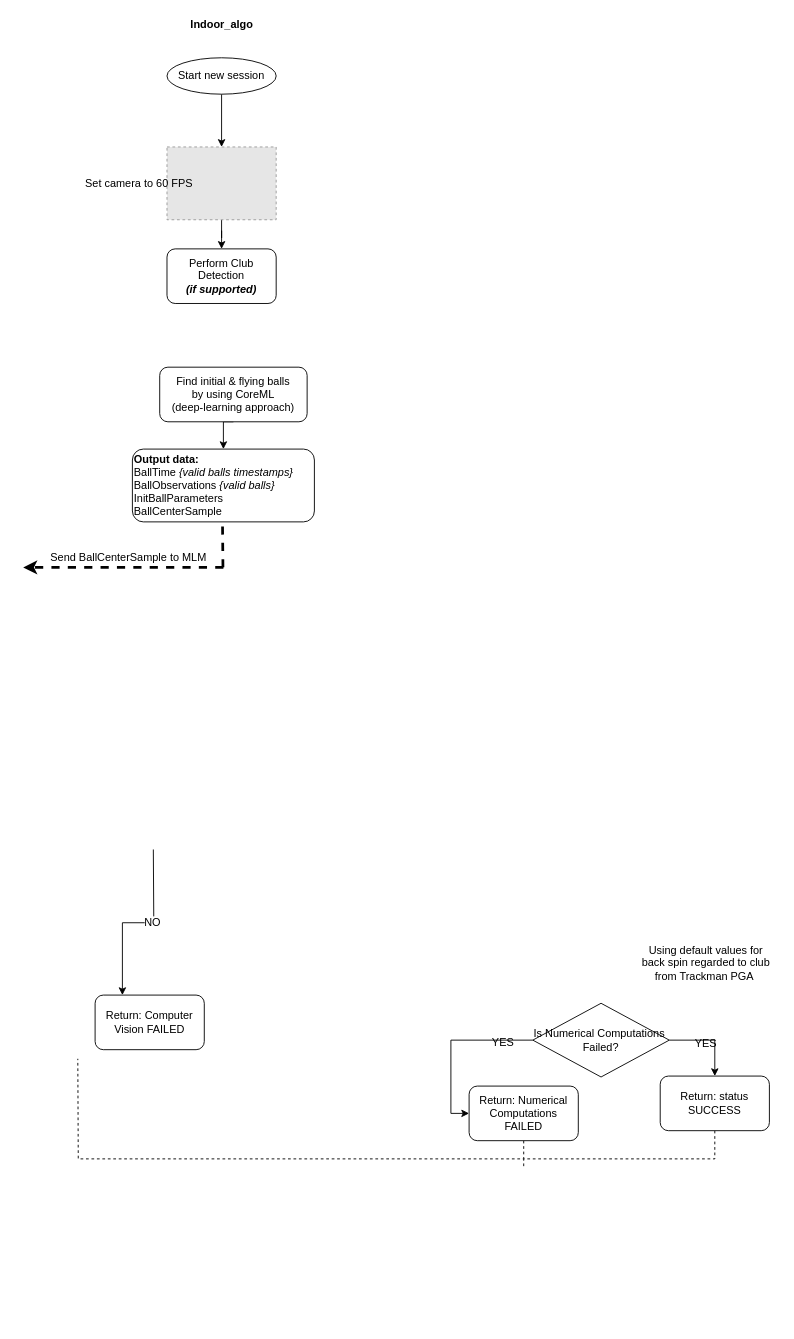
This is mlm_INDOOR.drawio from Mike335207/work, a draw.io file, before an edit. Source tidied: cells renumbered, new cells numbered last; positions are measured from the earlier drawing's top-left corner, leaving out a move shared by most shapes. Both pictures are drawn from the tidied source at 91%, with x=0, y=0 at pixel (23, 15). Pictures stored in the file or linked from it are replaced by grey dashed boxes.
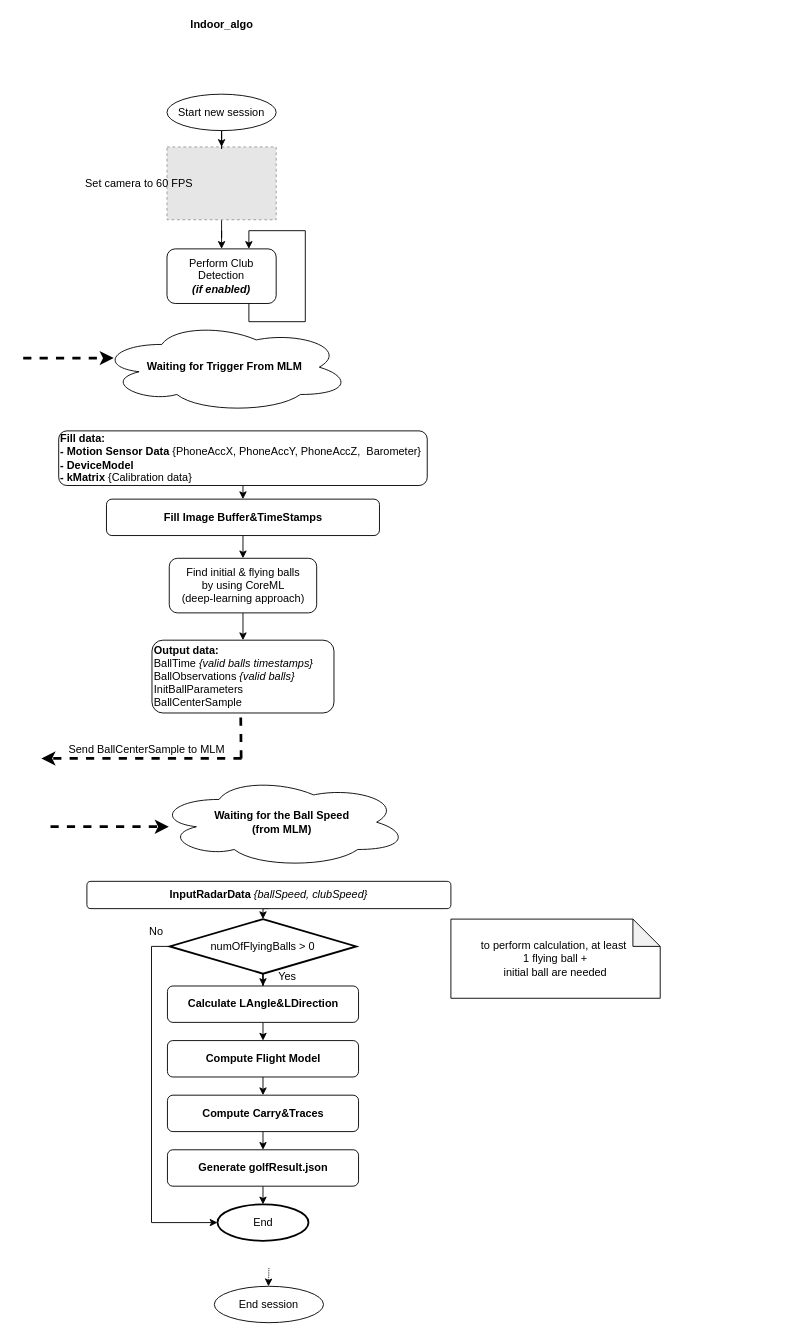
Above is the later version.

Diff of the diagram source:
```diff
@@
     <mxCell id="6" value="Start new session" style="ellipse;whiteSpace=wrap;html=1;" parent="1" vertex="1">
-      <mxGeometry x="158" y="46" width="120" height="40" as="geometry" />
+      <mxGeometry x="158" y="86" width="120" height="40" as="geometry" />
     </mxCell>
@@
-    <mxCell id="8" value="Perform Club Detection&lt;br&gt;&lt;b&gt;&lt;i&gt;(if supported)&lt;/i&gt;&lt;/b&gt;" style="rounded=1;whiteSpace=wrap;html=1;" parent="1" vertex="1">
+    <mxCell id="8" value="Perform Club Detection&lt;br&gt;&lt;b&gt;&lt;i&gt;(if enabled)&lt;/i&gt;&lt;/b&gt;" style="rounded=1;whiteSpace=wrap;html=1;" parent="1" vertex="1">
       <mxGeometry x="158" y="256" width="120" height="60" as="geometry" />
     </mxCell>
@@
     <mxCell id="10" value="Find initial &amp;amp; flying balls&lt;br&gt;by using CoreML&lt;br&gt;(deep-learning approach)" style="rounded=1;whiteSpace=wrap;html=1;" parent="1" vertex="1">
-      <mxGeometry x="150" y="386" width="162" height="60" as="geometry" />
+      <mxGeometry x="160.5" y="596" width="162" height="60" as="geometry" />
     </mxCell>
-    <mxCell id="11" style="edgeStyle=orthogonalEdgeStyle;rounded=0;jettySize=auto;html=1;exitX=0;exitY=0.5;exitDx=0;exitDy=0;entryX=0.25;entryY=0;entryDx=0;entryDy=0;" parent="1" edge="1" target="13">
-      <mxGeometry relative="1" as="geometry">
-        <mxPoint x="143" y="916" as="sourcePoint" />
-      </mxGeometry>
-    </mxCell>
-    <mxCell id="12" value="NO" style="text;html=1;align=center;verticalAlign=middle;labelBackgroundColor=#ffffff;" parent="11" vertex="1">
-      <mxGeometry x="-0.18" y="-2" relative="1" as="geometry" />
-    </mxCell>
-    <mxCell id="13" value="Return: Computer Vision FAILED" style="rounded=1;whiteSpace=wrap;html=1;" parent="1" vertex="1">
-      <mxGeometry x="79" y="1076" width="120" height="60" as="geometry" />
-    </mxCell>
-    <mxCell id="14" style="edgeStyle=orthogonalEdgeStyle;rounded=0;jettySize=auto;html=1;exitX=0;exitY=0.5;exitDx=0;exitDy=0;entryX=0;entryY=0.5;entryDx=0;entryDy=0;" parent="1" edge="1" source="16" target="18">
-      <mxGeometry relative="1" as="geometry" />
-    </mxCell>
-    <mxCell id="15" style="edgeStyle=orthogonalEdgeStyle;rounded=0;jettySize=auto;html=1;exitX=1;exitY=0.5;exitDx=0;exitDy=0;" parent="1" edge="1" source="16" target="21">
-      <mxGeometry relative="1" as="geometry" />
-    </mxCell>
-    <mxCell id="16" value="Is Numerical Computations&amp;nbsp;&lt;br&gt;Failed?" style="rhombus;whiteSpace=wrap;html=1;" parent="1" vertex="1">
-      <mxGeometry x="560" y="1085" width="150" height="81" as="geometry" />
-    </mxCell>
-    <mxCell id="17" style="edgeStyle=orthogonalEdgeStyle;rounded=0;jettySize=auto;html=1;exitX=0.5;exitY=1;exitDx=0;exitDy=0;dashed=1;endArrow=none;endFill=0;" parent="1" edge="1" source="18">
-      <mxGeometry relative="1" as="geometry">
-        <mxPoint x="60" y="1146" as="targetPoint" />
-      </mxGeometry>
-    </mxCell>
-    <mxCell id="18" value="Return: Numerical Computations FAILED" style="rounded=1;whiteSpace=wrap;html=1;" parent="1" vertex="1">
-      <mxGeometry x="490" y="1176" width="120" height="60" as="geometry" />
-    </mxCell>
-    <mxCell id="19" value="YES" style="text;html=1;align=center;verticalAlign=middle;" parent="1" vertex="1">
-      <mxGeometry x="507" y="1118" width="40" height="20" as="geometry" />
-    </mxCell>
-    <mxCell id="20" style="edgeStyle=orthogonalEdgeStyle;rounded=0;jettySize=auto;html=1;exitX=0.5;exitY=1;exitDx=0;exitDy=0;dashed=1;endArrow=none;endFill=0;" parent="1" edge="1" source="21">
-      <mxGeometry relative="1" as="geometry">
-        <mxPoint x="550" y="1266" as="targetPoint" />
-        <Array as="points">
-          <mxPoint x="760" y="1256" />
-          <mxPoint x="550" y="1256" />
-        </Array>
-      </mxGeometry>
-    </mxCell>
-    <mxCell id="21" value="Return: status SUCCESS" style="rounded=1;whiteSpace=wrap;html=1;" parent="1" vertex="1">
-      <mxGeometry x="700" y="1165" width="120" height="60" as="geometry" />
-    </mxCell>
-    <mxCell id="22" value="YES" style="text;html=1;align=center;verticalAlign=middle;" parent="1" vertex="1">
-      <mxGeometry x="730" y="1119" width="40" height="20" as="geometry" />
-    </mxCell>
-    <mxCell id="23" value="Using default values for&lt;br&gt;back spin regarded to club&lt;br&gt;&amp;nbsp;from Trackman PGA&amp;nbsp;&amp;nbsp;" style="text;html=1;align=center;verticalAlign=middle;" parent="1" vertex="1">
-      <mxGeometry x="670" y="1016" width="160" height="50" as="geometry" />
-    </mxCell>
     <mxCell id="24" value="&lt;div&gt;&lt;b&gt;Output data:&lt;/b&gt;&lt;/div&gt;&lt;div&gt;BallTime &lt;i&gt;{valid balls timestamps}&lt;/i&gt;&lt;br&gt;&lt;/div&gt;&lt;div&gt;BallObservations &lt;i&gt;{valid balls}&lt;/i&gt;&lt;/div&gt;&lt;div&gt;InitBallParameters&lt;br&gt;&lt;/div&gt;&lt;div&gt;BallCenterSample&lt;/div&gt;" style="rounded=1;whiteSpace=wrap;html=1;align=left;" parent="1" vertex="1">
-      <mxGeometry x="120" y="476" width="200" height="80" as="geometry" />
+      <mxGeometry x="141.5" y="686" width="200" height="80" as="geometry" />
     </mxCell>
     <mxCell id="25" style="endArrow=classic;html=1;strokeWidth=3;align=center;dashed=1;" parent="1" edge="1">
       <mxGeometry relative="1" as="geometry">
-        <mxPoint x="220" y="606" as="sourcePoint" />
-        <mxPoint y="606" as="targetPoint" />
+        <mxPoint x="240" y="816" as="sourcePoint" />
+        <mxPoint x="20" y="816" as="targetPoint" />
       </mxGeometry>
     </mxCell>
     <mxCell id="26" style="endArrow=none;html=1;strokeWidth=3;align=center;dashed=1;" parent="1" edge="1">
       <mxGeometry relative="1" as="geometry">
-        <mxPoint x="219.5" y="606" as="sourcePoint" />
-        <mxPoint x="219" y="556" as="targetPoint" />
+        <mxPoint x="239.5" y="816" as="sourcePoint" />
+        <mxPoint x="239" y="766" as="targetPoint" />
       </mxGeometry>
     </mxCell>
     <mxCell id="27" value="Send BallCenterSample to MLM" style="text;html=1;strokeColor=none;fillColor=none;align=center;verticalAlign=middle;whiteSpace=wrap;rounded=0;dashed=1;" parent="1" vertex="1">
-      <mxGeometry x="25.5" y="586" width="180" height="20" as="geometry" />
+      <mxGeometry x="45.5" y="796" width="180" height="20" as="geometry" />
     </mxCell>
+    <mxCell id="28" value="Waiting for Trigger From MLM" style="ellipse;shape=cloud;whiteSpace=wrap;html=1;align=center;fontStyle=1;" parent="1" vertex="1">
+      <mxGeometry x="83" y="336" width="277" height="100" as="geometry" />
+    </mxCell>
+    <mxCell id="29" style="endArrow=classic;html=1;align=center;strokeWidth=3;dashed=1;" parent="1" edge="1">
+      <mxGeometry relative="1" as="geometry">
+        <mxPoint y="376" as="sourcePoint" />
+        <mxPoint x="99.5" y="376" as="targetPoint" />
+      </mxGeometry>
+    </mxCell>
+    <mxCell id="30" style="edgeStyle=orthogonalEdgeStyle;rounded=0;jettySize=auto;html=1;exitX=0.5;exitY=1;exitDx=0;exitDy=0;entryX=0.5;entryY=0;entryDx=0;entryDy=0;" parent="1" edge="1" source="31" target="33">
+      <mxGeometry relative="1" as="geometry" />
+    </mxCell>
+    <mxCell id="31" value="&lt;div&gt;&lt;b&gt;Fill data:&amp;nbsp;&lt;/b&gt;&lt;/div&gt;&lt;div&gt;&lt;b&gt;- Motion Sensor Data &lt;/b&gt;{PhoneAccX,&amp;nbsp;PhoneAccY,&amp;nbsp;PhoneAccZ,&amp;nbsp;&amp;nbsp;Barometer}&lt;/div&gt;&lt;div&gt;&lt;b&gt;&lt;span&gt;- DeviceModel&lt;/span&gt;&lt;br&gt;&lt;/b&gt;&lt;/div&gt;&lt;div&gt;&lt;b&gt;- kMatrix &lt;/b&gt;{Calibration data}&lt;/div&gt;" style="rounded=1;whiteSpace=wrap;html=1;align=left;" parent="1" vertex="1">
+      <mxGeometry x="39" y="456" width="405" height="60" as="geometry" />
+    </mxCell>
+    <mxCell id="32" style="edgeStyle=orthogonalEdgeStyle;rounded=0;jettySize=auto;html=1;exitX=0.5;exitY=1;exitDx=0;exitDy=0;entryX=0.5;entryY=0;entryDx=0;entryDy=0;" parent="1" edge="1" source="33" target="10">
+      <mxGeometry relative="1" as="geometry" />
+    </mxCell>
+    <mxCell id="33" value="Fill Image Buffer&amp;amp;TimeStamps" style="rounded=1;whiteSpace=wrap;html=1;align=center;fontStyle=1;" parent="1" vertex="1">
+      <mxGeometry x="91.5" y="531" width="300" height="40" as="geometry" />
+    </mxCell>
+    <mxCell id="34" style="edgeStyle=orthogonalEdgeStyle;rounded=0;orthogonalLoop=1;jettySize=auto;html=1;exitX=0.75;exitY=1;exitDx=0;exitDy=0;entryX=0.75;entryY=0;entryDx=0;entryDy=0;" parent="1" edge="1" source="8" target="8">
+      <mxGeometry relative="1" as="geometry">
+        <Array as="points">
+          <mxPoint x="248" y="336" />
+          <mxPoint x="310" y="336" />
+          <mxPoint x="310" y="236" />
+          <mxPoint x="248" y="236" />
+        </Array>
+      </mxGeometry>
+    </mxCell>
+    <mxCell id="35" style="edgeStyle=orthogonalEdgeStyle;rounded=0;jettySize=auto;html=1;exitX=0.5;exitY=1;exitDx=0;exitDy=0;exitPerimeter=0;" parent="1" edge="1" source="37" target="39">
+      <mxGeometry relative="1" as="geometry" />
+    </mxCell>
+    <mxCell id="36" style="edgeStyle=orthogonalEdgeStyle;rounded=0;jettySize=auto;html=1;exitX=0;exitY=0.5;exitDx=0;exitDy=0;exitPerimeter=0;entryX=0;entryY=0.5;entryDx=0;entryDy=0;entryPerimeter=0;" parent="1" edge="1" source="37" target="42">
+      <mxGeometry relative="1" as="geometry" />
+    </mxCell>
+    <mxCell id="37" value="numOfFlyingBalls &amp;gt; 0" style="strokeWidth=2;html=1;shape=mxgraph.flowchart.decision;whiteSpace=wrap;align=center;" parent="1" vertex="1">
+      <mxGeometry x="161" y="992.5" width="205" height="60" as="geometry" />
+    </mxCell>
+    <mxCell id="38" style="edgeStyle=orthogonalEdgeStyle;rounded=0;jettySize=auto;html=1;exitX=0.5;exitY=1;exitDx=0;exitDy=0;entryX=0.5;entryY=0;entryDx=0;entryDy=0;strokeWidth=1;align=center;" parent="1" edge="1" source="39" target="48">
+      <mxGeometry relative="1" as="geometry" />
+    </mxCell>
+    <mxCell id="39" value="Calculate LAngle&amp;amp;LDirection" style="rounded=1;whiteSpace=wrap;html=1;align=center;fontStyle=1;" parent="1" vertex="1">
+      <mxGeometry x="158.5" y="1066" width="210" height="40" as="geometry" />
+    </mxCell>
+    <mxCell id="40" style="edgeStyle=orthogonalEdgeStyle;rounded=0;jettySize=auto;html=1;exitX=0.5;exitY=1;exitDx=0;exitDy=0;entryX=0.5;entryY=0;entryDx=0;entryDy=0;strokeWidth=1;align=center;" parent="1" edge="1" source="41" target="50">
+      <mxGeometry relative="1" as="geometry" />
+    </mxCell>
+    <mxCell id="41" value="Compute Carry&amp;amp;Traces" style="rounded=1;whiteSpace=wrap;html=1;align=center;fontStyle=1;" parent="1" vertex="1">
+      <mxGeometry x="158.5" y="1186" width="210" height="40" as="geometry" />
+    </mxCell>
+    <mxCell id="42" value="End" style="strokeWidth=2;html=1;shape=mxgraph.flowchart.start_1;whiteSpace=wrap;" parent="1" vertex="1">
+      <mxGeometry x="213.5" y="1306" width="100" height="40" as="geometry" />
+    </mxCell>
+    <mxCell id="43" value="&lt;div&gt;to perform calculation, at least&amp;nbsp;&lt;/div&gt;&lt;div&gt;1 flying ball + &lt;br&gt;&lt;/div&gt;&lt;div&gt;initial ball are needed&lt;br&gt;&lt;/div&gt;" style="shape=note;whiteSpace=wrap;html=1;backgroundOutline=1;darkOpacity=0.05;" parent="1" vertex="1">
+      <mxGeometry x="470" y="992.5" width="230" height="87" as="geometry" />
+    </mxCell>
+    <mxCell id="44" value="Waiting for the Ball Speed&lt;br&gt;(from MLM)" style="ellipse;shape=cloud;whiteSpace=wrap;html=1;align=center;fontStyle=1;" parent="1" vertex="1">
+      <mxGeometry x="146" y="836" width="277" height="100" as="geometry" />
+    </mxCell>
+    <mxCell id="45" style="edgeStyle=orthogonalEdgeStyle;rounded=0;jettySize=auto;html=1;exitX=0.5;exitY=1;exitDx=0;exitDy=0;entryX=0.5;entryY=0;entryDx=0;entryDy=0;entryPerimeter=0;strokeWidth=1;align=center;" parent="1" edge="1" source="46" target="37">
+      <mxGeometry relative="1" as="geometry" />
+    </mxCell>
+    <mxCell id="46" value="InputRadarData &lt;span style=&quot;font-weight: normal&quot;&gt;&lt;i&gt;{ballSpeed, clubSpeed}&lt;/i&gt;&lt;/span&gt;" style="rounded=1;whiteSpace=wrap;html=1;align=center;fontStyle=1;" parent="1" vertex="1">
+      <mxGeometry x="70" y="951" width="400" height="30" as="geometry" />
+    </mxCell>
+    <mxCell id="47" style="edgeStyle=orthogonalEdgeStyle;rounded=0;jettySize=auto;html=1;exitX=0.5;exitY=1;exitDx=0;exitDy=0;entryX=0.5;entryY=0;entryDx=0;entryDy=0;strokeWidth=1;align=center;" parent="1" edge="1" source="48" target="41">
+      <mxGeometry relative="1" as="geometry" />
+    </mxCell>
+    <mxCell id="48" value="Compute Flight Model" style="rounded=1;whiteSpace=wrap;html=1;align=center;fontStyle=1;" parent="1" vertex="1">
+      <mxGeometry x="158.5" y="1126" width="210" height="40" as="geometry" />
+    </mxCell>
+    <mxCell id="49" style="edgeStyle=orthogonalEdgeStyle;rounded=0;jettySize=auto;html=1;exitX=0.5;exitY=1;exitDx=0;exitDy=0;entryX=0.5;entryY=0;entryDx=0;entryDy=0;entryPerimeter=0;strokeWidth=1;align=center;" parent="1" edge="1" source="50" target="42">
+      <mxGeometry relative="1" as="geometry" />
+    </mxCell>
+    <mxCell id="50" value="Generate golfResult.json" style="rounded=1;whiteSpace=wrap;html=1;align=center;fontStyle=1;" parent="1" vertex="1">
+      <mxGeometry x="158.5" y="1246" width="210" height="40" as="geometry" />
+    </mxCell>
+    <mxCell id="51" style="endArrow=classic;html=1;dashed=1;strokeWidth=3;align=center;" parent="1" edge="1">
+      <mxGeometry relative="1" as="geometry">
+        <mxPoint x="30" y="891" as="sourcePoint" />
+        <mxPoint x="160" y="891" as="targetPoint" />
+      </mxGeometry>
+    </mxCell>
+    <mxCell id="52" value="Yes" style="text;html=1;align=center;verticalAlign=middle;" parent="1" vertex="1">
+      <mxGeometry x="274.5" y="1046" width="30" height="20" as="geometry" />
+    </mxCell>
+    <mxCell id="53" value="No" style="text;html=1;align=center;verticalAlign=middle;" parent="1" vertex="1">
+      <mxGeometry x="131" y="996" width="30" height="20" as="geometry" />
+    </mxCell>
+    <mxCell id="54" value="End session" style="ellipse;whiteSpace=wrap;html=1;" parent="1" vertex="1">
+      <mxGeometry x="210" y="1396" width="120" height="40" as="geometry" />
+    </mxCell>
+    <mxCell id="55" style="endArrow=classic;html=1;dashed=1;dashPattern=1 1;" parent="1" edge="1">
+      <mxGeometry relative="1" as="geometry">
+        <mxPoint x="270" y="1376" as="sourcePoint" />
+        <mxPoint x="269.5" y="1396" as="targetPoint" />
+      </mxGeometry>
+    </mxCell>
```
